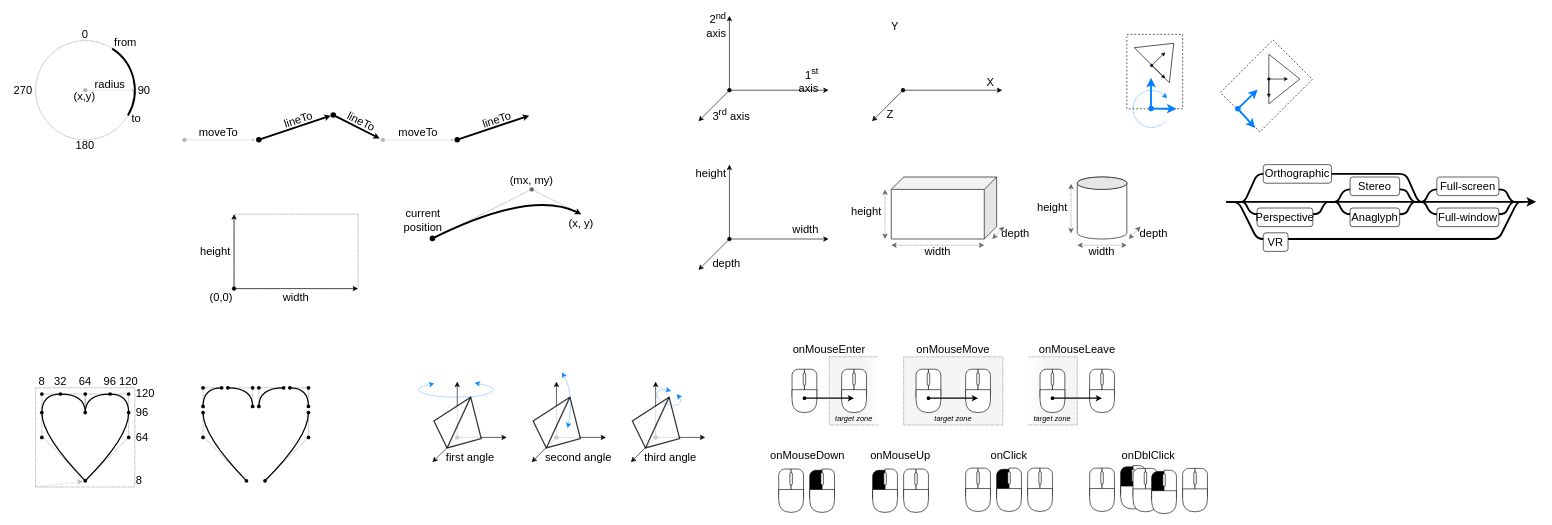
This is docs/images/images.drawio from boytchev/suica, a draw.io file, before an edit. Source tidied: cells renumbered, new cells numbered last; positions are measured from the earlier drawing's top-left corner, leaving out a move shared by most shapes. Both pictures are drawn from the tidied source at 62%, with x=0, y=0 at pixel (11, 16).
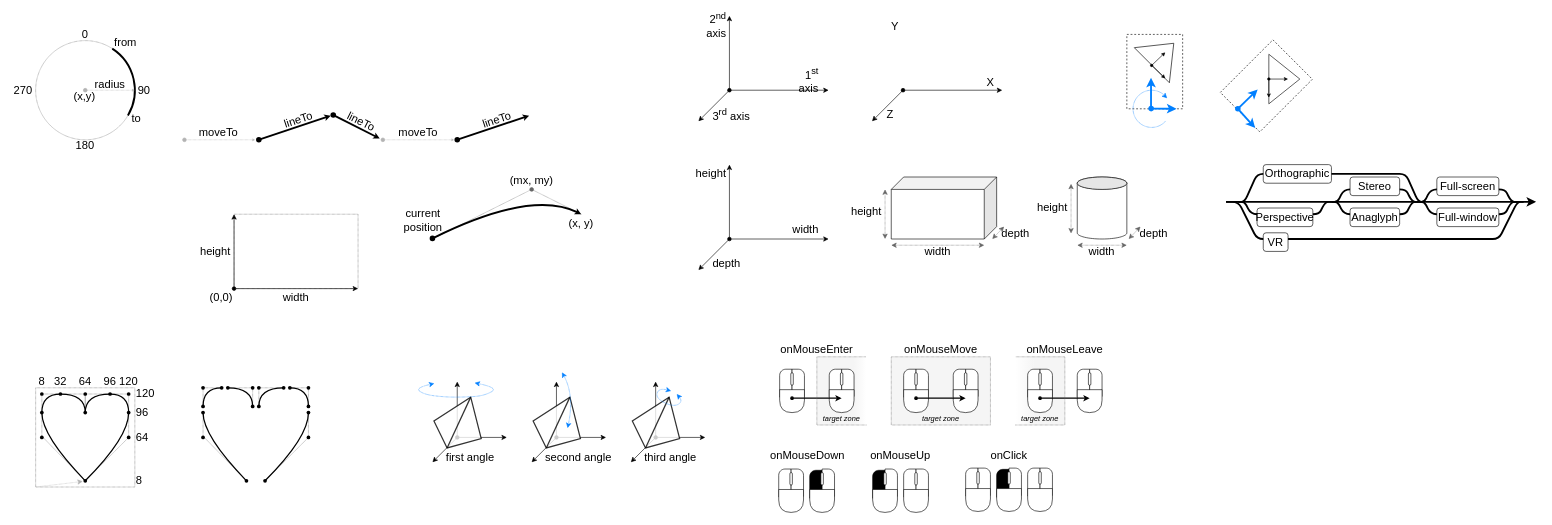
The same page after the edit.

Diff of the diagram source:
```diff
@@
     <mxCell id="2" style="rounded=0;whiteSpace=wrap;html=1;fillColor=#f5f5f5;dashed=1;dashPattern=1 1;fontColor=#333333;strokeColor=none;" parent="1" vertex="1">
-      <mxGeometry x="1670" y="550" width="50" height="110" as="geometry" />
+      <mxGeometry x="1650" y="550" width="50" height="110" as="geometry" />
     </mxCell>
     <mxCell id="3" style="group;fillColor=none;" parent="1" vertex="1">
-      <mxGeometry x="1660" y="570" width="60" height="90" as="geometry" />
+      <mxGeometry x="1640" y="570" width="60" height="90" as="geometry" />
     </mxCell>
@@
     <mxCell id="9" style="rounded=0;whiteSpace=wrap;html=1;fillColor=#f5f5f5;dashed=1;dashPattern=1 1;fontColor=#333333;strokeColor=none;gradientColor=#ffffff;gradientDirection=east;" parent="1" vertex="1">
-      <mxGeometry x="1380" y="550" width="20" height="110" as="geometry" />
+      <mxGeometry x="1360" y="550" width="20" height="110" as="geometry" />
     </mxCell>
     <mxCell id="10" style="rounded=0;whiteSpace=wrap;html=1;fillColor=#f5f5f5;dashed=1;dashPattern=1 1;fontColor=#333333;strokeColor=none;" parent="1" vertex="1">
-      <mxGeometry x="1320" y="550" width="60" height="110" as="geometry" />
+      <mxGeometry x="1300" y="550" width="60" height="110" as="geometry" />
     </mxCell>
     <mxCell id="11" style="rounded=0;whiteSpace=wrap;html=1;fillColor=#f5f5f5;dashed=1;dashPattern=1 1;fontColor=#333333;strokeColor=#666666;" parent="1" vertex="1">
-      <mxGeometry x="1440" y="550" width="160" height="110" as="geometry" />
+      <mxGeometry x="1420" y="550" width="160" height="110" as="geometry" />
     </mxCell>
@@
     <mxCell id="188" value="onMouseMove" style="text;html=1;strokeColor=none;fillColor=none;align=center;verticalAlign=middle;whiteSpace=wrap;rounded=0;rotation=0;fontFamily=Calibri;fontSize=18;" parent="1" vertex="1">
-      <mxGeometry x="1460" y="529" width="120" height="20" as="geometry" />
+      <mxGeometry x="1440" y="529" width="120" height="20" as="geometry" />
     </mxCell>
     <mxCell id="189" value="onMouseEnter" style="text;html=1;strokeColor=none;fillColor=none;align=center;verticalAlign=middle;whiteSpace=wrap;rounded=0;rotation=0;fontFamily=Calibri;fontSize=18;" parent="1" vertex="1">
-      <mxGeometry x="1260" y="529" width="120" height="20" as="geometry" />
+      <mxGeometry x="1240" y="529" width="120" height="20" as="geometry" />
     </mxCell>
     <mxCell id="190" value="onMouseLeave" style="text;html=1;strokeColor=none;fillColor=none;align=center;verticalAlign=middle;whiteSpace=wrap;rounded=0;rotation=0;fontFamily=Calibri;fontSize=18;" parent="1" vertex="1">
-      <mxGeometry x="1660" y="529" width="120" height="20" as="geometry" />
+      <mxGeometry x="1640" y="529" width="120" height="20" as="geometry" />
     </mxCell>
     <mxCell id="191" style="group;fillColor=none;" parent="1" vertex="1">
-      <mxGeometry x="1460" y="570" width="40" height="70" as="geometry" />
+      <mxGeometry x="1440" y="570" width="40" height="70" as="geometry" />
     </mxCell>
@@
     <mxCell id="196" style="group;fillColor=none;" parent="1" vertex="1">
-      <mxGeometry x="1540" y="570" width="40" height="70" as="geometry" />
+      <mxGeometry x="1520" y="570" width="40" height="70" as="geometry" />
     </mxCell>
@@
     <mxCell id="201" style="endArrow=classic;html=1;rounded=0;strokeWidth=2;endSize=4;startSize=4;strokeColor=#000000;startArrow=oval;startFill=1;" parent="1" edge="1">
       <mxGeometry relative="1" as="geometry">
-        <mxPoint x="1480" y="616.7" as="sourcePoint" />
-        <mxPoint x="1560" y="616.7" as="targetPoint" />
+        <mxPoint x="1460" y="616.7" as="sourcePoint" />
+        <mxPoint x="1540" y="616.7" as="targetPoint" />
       </mxGeometry>
     </mxCell>
     <mxCell id="202" style="group;fillColor=none;" parent="1" vertex="1">
-      <mxGeometry x="1260" y="570" width="40" height="70" as="geometry" />
+      <mxGeometry x="1240" y="570" width="40" height="70" as="geometry" />
     </mxCell>
@@
     <mxCell id="207" style="group;fillColor=none;" parent="1" vertex="1">
-      <mxGeometry x="1340" y="570" width="40" height="70" as="geometry" />
+      <mxGeometry x="1320" y="570" width="40" height="70" as="geometry" />
     </mxCell>
@@
     <mxCell id="212" style="endArrow=classic;html=1;rounded=0;strokeWidth=2;endSize=4;startSize=4;strokeColor=#000000;startArrow=oval;startFill=1;" parent="1" edge="1">
       <mxGeometry relative="1" as="geometry">
-        <mxPoint x="1280" y="616.7" as="sourcePoint" />
-        <mxPoint x="1360" y="616.7" as="targetPoint" />
+        <mxPoint x="1260" y="616.7" as="sourcePoint" />
+        <mxPoint x="1340" y="616.7" as="targetPoint" />
       </mxGeometry>
     </mxCell>
     <mxCell id="213" style="group;fillColor=none;" parent="1" vertex="1">
-      <mxGeometry x="1740" y="570" width="40" height="70" as="geometry" />
+      <mxGeometry x="1720" y="570" width="40" height="70" as="geometry" />
     </mxCell>
@@
     <mxCell id="218" style="endArrow=classic;html=1;rounded=0;strokeWidth=2;endSize=4;startSize=4;strokeColor=#000000;startArrow=oval;startFill=1;" parent="1" edge="1">
       <mxGeometry relative="1" as="geometry">
-        <mxPoint x="1680" y="616.7" as="sourcePoint" />
-        <mxPoint x="1760" y="616.7" as="targetPoint" />
+        <mxPoint x="1660" y="616.7" as="sourcePoint" />
+        <mxPoint x="1740" y="616.7" as="targetPoint" />
       </mxGeometry>
     </mxCell>
@@
-    <mxCell id="257" style="group;fillColor=none;" parent="1" vertex="1">
-      <mxGeometry x="1790" y="725.5" width="40" height="70" as="geometry" />
-    </mxCell>
-    <mxCell id="258" style="verticalLabelPosition=bottom;verticalAlign=top;html=1;shape=mxgraph.basic.diag_round_rect;dx=15;fillColor=#000000;" parent="257" vertex="1">
-      <mxGeometry y="2" width="20" height="45" as="geometry" />
-    </mxCell>
-    <mxCell id="259" style="verticalLabelPosition=bottom;verticalAlign=top;html=1;shape=mxgraph.basic.diag_round_rect;dx=15;flipH=1;" parent="257" vertex="1">
-      <mxGeometry x="20" width="20" height="44" as="geometry" />
-    </mxCell>
-    <mxCell id="260" style="shape=delay;whiteSpace=wrap;html=1;rotation=90;" parent="257" vertex="1">
-      <mxGeometry x="1.5" y="31.5" width="37" height="40" as="geometry" />
-    </mxCell>
-    <mxCell id="261" style="rounded=1;whiteSpace=wrap;html=1;arcSize=50;" parent="257" vertex="1">
-      <mxGeometry x="18" y="5.7" width="4" height="20.2" as="geometry" />
-    </mxCell>
-    <mxCell id="262" style="group;fillColor=none;" parent="1" vertex="1">
-      <mxGeometry x="1810" y="730" width="40" height="70" as="geometry" />
-    </mxCell>
-    <mxCell id="263" style="verticalLabelPosition=bottom;verticalAlign=top;html=1;shape=mxgraph.basic.diag_round_rect;dx=15;fillColor=#FFFFFF;" parent="262" vertex="1">
-      <mxGeometry width="20" height="45" as="geometry" />
-    </mxCell>
-    <mxCell id="264" style="verticalLabelPosition=bottom;verticalAlign=top;html=1;shape=mxgraph.basic.diag_round_rect;dx=15;flipH=1;" parent="262" vertex="1">
-      <mxGeometry x="20" width="20" height="44" as="geometry" />
-    </mxCell>
-    <mxCell id="265" style="shape=delay;whiteSpace=wrap;html=1;rotation=90;" parent="262" vertex="1">
-      <mxGeometry x="1.5" y="31.5" width="37" height="40" as="geometry" />
-    </mxCell>
-    <mxCell id="266" style="rounded=1;whiteSpace=wrap;html=1;arcSize=50;" parent="262" vertex="1">
-      <mxGeometry x="18" y="5.7" width="4" height="20.2" as="geometry" />
-    </mxCell>
-    <mxCell id="267" style="group;fillColor=none;" parent="1" vertex="1">
-      <mxGeometry x="1740" y="729.5" width="40" height="70" as="geometry" />
-    </mxCell>
-    <mxCell id="268" style="verticalLabelPosition=bottom;verticalAlign=top;html=1;shape=mxgraph.basic.diag_round_rect;dx=15;fillColor=#FFFFFF;" parent="267" vertex="1">
-      <mxGeometry width="20" height="45" as="geometry" />
-    </mxCell>
-    <mxCell id="269" style="verticalLabelPosition=bottom;verticalAlign=top;html=1;shape=mxgraph.basic.diag_round_rect;dx=15;flipH=1;" parent="267" vertex="1">
-      <mxGeometry x="20" width="20" height="44" as="geometry" />
-    </mxCell>
-    <mxCell id="270" style="shape=delay;whiteSpace=wrap;html=1;rotation=90;" parent="267" vertex="1">
-      <mxGeometry x="1.5" y="31.5" width="37" height="40" as="geometry" />
-    </mxCell>
-    <mxCell id="271" style="rounded=1;whiteSpace=wrap;html=1;arcSize=50;" parent="267" vertex="1">
-      <mxGeometry x="18" y="5.7" width="4" height="20.2" as="geometry" />
-    </mxCell>
-    <mxCell id="272" style="group;fillColor=none;" parent="1" vertex="1">
-      <mxGeometry x="1840" y="733" width="40" height="70" as="geometry" />
-    </mxCell>
-    <mxCell id="273" style="verticalLabelPosition=bottom;verticalAlign=top;html=1;shape=mxgraph.basic.diag_round_rect;dx=15;fillColor=#000000;" parent="272" vertex="1">
-      <mxGeometry y="2" width="20" height="45" as="geometry" />
-    </mxCell>
-    <mxCell id="274" style="verticalLabelPosition=bottom;verticalAlign=top;html=1;shape=mxgraph.basic.diag_round_rect;dx=15;flipH=1;" parent="272" vertex="1">
-      <mxGeometry x="20" width="20" height="44" as="geometry" />
-    </mxCell>
-    <mxCell id="275" style="shape=delay;whiteSpace=wrap;html=1;rotation=90;" parent="272" vertex="1">
-      <mxGeometry x="1.5" y="31.5" width="37" height="40" as="geometry" />
-    </mxCell>
-    <mxCell id="276" style="rounded=1;whiteSpace=wrap;html=1;arcSize=50;" parent="272" vertex="1">
-      <mxGeometry x="18" y="5.7" width="4" height="20.2" as="geometry" />
-    </mxCell>
-    <mxCell id="277" style="group;fillColor=none;" parent="1" vertex="1">
-      <mxGeometry x="1890" y="730" width="40" height="70" as="geometry" />
-    </mxCell>
-    <mxCell id="278" style="verticalLabelPosition=bottom;verticalAlign=top;html=1;shape=mxgraph.basic.diag_round_rect;dx=15;fillColor=#FFFFFF;" parent="277" vertex="1">
-      <mxGeometry width="20" height="45" as="geometry" />
-    </mxCell>
-    <mxCell id="279" style="verticalLabelPosition=bottom;verticalAlign=top;html=1;shape=mxgraph.basic.diag_round_rect;dx=15;flipH=1;" parent="277" vertex="1">
-      <mxGeometry x="20" width="20" height="44" as="geometry" />
-    </mxCell>
-    <mxCell id="280" style="shape=delay;whiteSpace=wrap;html=1;rotation=90;" parent="277" vertex="1">
-      <mxGeometry x="1.5" y="31.5" width="37" height="40" as="geometry" />
-    </mxCell>
-    <mxCell id="281" style="rounded=1;whiteSpace=wrap;html=1;arcSize=50;" parent="277" vertex="1">
-      <mxGeometry x="18" y="5.7" width="4" height="20.2" as="geometry" />
-    </mxCell>
-    <mxCell id="282" value="onDblClick" style="text;html=1;strokeColor=none;fillColor=none;align=center;verticalAlign=middle;whiteSpace=wrap;rounded=0;rotation=0;fontFamily=Calibri;fontSize=18;" parent="1" vertex="1">
-      <mxGeometry x="1740" y="698.5" width="190" height="21.5" as="geometry" />
-    </mxCell>
     <mxCell id="283" value="target zone" style="text;html=1;strokeColor=none;fillColor=none;align=center;verticalAlign=middle;whiteSpace=wrap;rounded=0;rotation=0;fontFamily=Calibri;fontSize=12;fontStyle=2;" parent="1" vertex="1">
-      <mxGeometry x="1440" y="640" width="160" height="20" as="geometry" />
+      <mxGeometry x="1420" y="640" width="160" height="20" as="geometry" />
     </mxCell>
     <mxCell id="284" value="target zone" style="text;html=1;strokeColor=none;fillColor=none;align=center;verticalAlign=middle;whiteSpace=wrap;rounded=0;rotation=0;fontFamily=Calibri;fontSize=12;fontStyle=2;" parent="1" vertex="1">
-      <mxGeometry x="1320" y="640" width="80" height="20" as="geometry" />
+      <mxGeometry x="1300" y="640" width="80" height="20" as="geometry" />
     </mxCell>
     <mxCell id="285" value="target zone" style="text;html=1;strokeColor=none;fillColor=none;align=center;verticalAlign=middle;whiteSpace=wrap;rounded=0;rotation=0;fontFamily=Calibri;fontSize=12;fontStyle=2;" parent="1" vertex="1">
-      <mxGeometry x="1640" y="640" width="80" height="20" as="geometry" />
+      <mxGeometry x="1620" y="640" width="80" height="20" as="geometry" />
     </mxCell>
     <mxCell id="286" style="endArrow=none;html=1;rounded=0;strokeWidth=1;endSize=4;startSize=4;strokeColor=#666666;startArrow=none;startFill=0;fontSize=12;fillColor=none;fontColor=#333333;dashed=1;dashPattern=1 1;endFill=0;" parent="1" edge="1">
       <mxGeometry relative="1" as="geometry">
-        <mxPoint x="1400" y="660" as="sourcePoint" />
-        <mxPoint x="1400" y="550" as="targetPoint" />
+        <mxPoint x="1380" y="660" as="sourcePoint" />
+        <mxPoint x="1380" y="550" as="targetPoint" />
         <Array as="points">
-          <mxPoint x="1320" y="660" />
-          <mxPoint x="1320" y="550" />
+          <mxPoint x="1300" y="660" />
+          <mxPoint x="1300" y="550" />
         </Array>
       </mxGeometry>
     </mxCell>
     <mxCell id="287" style="endArrow=none;html=1;rounded=0;strokeWidth=1;endSize=4;startSize=4;strokeColor=#666666;startArrow=none;startFill=0;fontSize=12;fillColor=none;fontColor=#333333;dashed=1;dashPattern=1 1;endFill=0;exitX=0;exitY=1;exitDx=0;exitDy=0;" parent="1" edge="1" source="285">
       <mxGeometry relative="1" as="geometry">
-        <mxPoint x="1640" y="550" as="targetPoint" />
+        <mxPoint x="1620" y="550" as="targetPoint" />
         <Array as="points">
-          <mxPoint x="1720" y="660" />
-          <mxPoint x="1720" y="550" />
+          <mxPoint x="1700" y="660" />
+          <mxPoint x="1700" y="550" />
         </Array>
       </mxGeometry>
     </mxCell>
```
